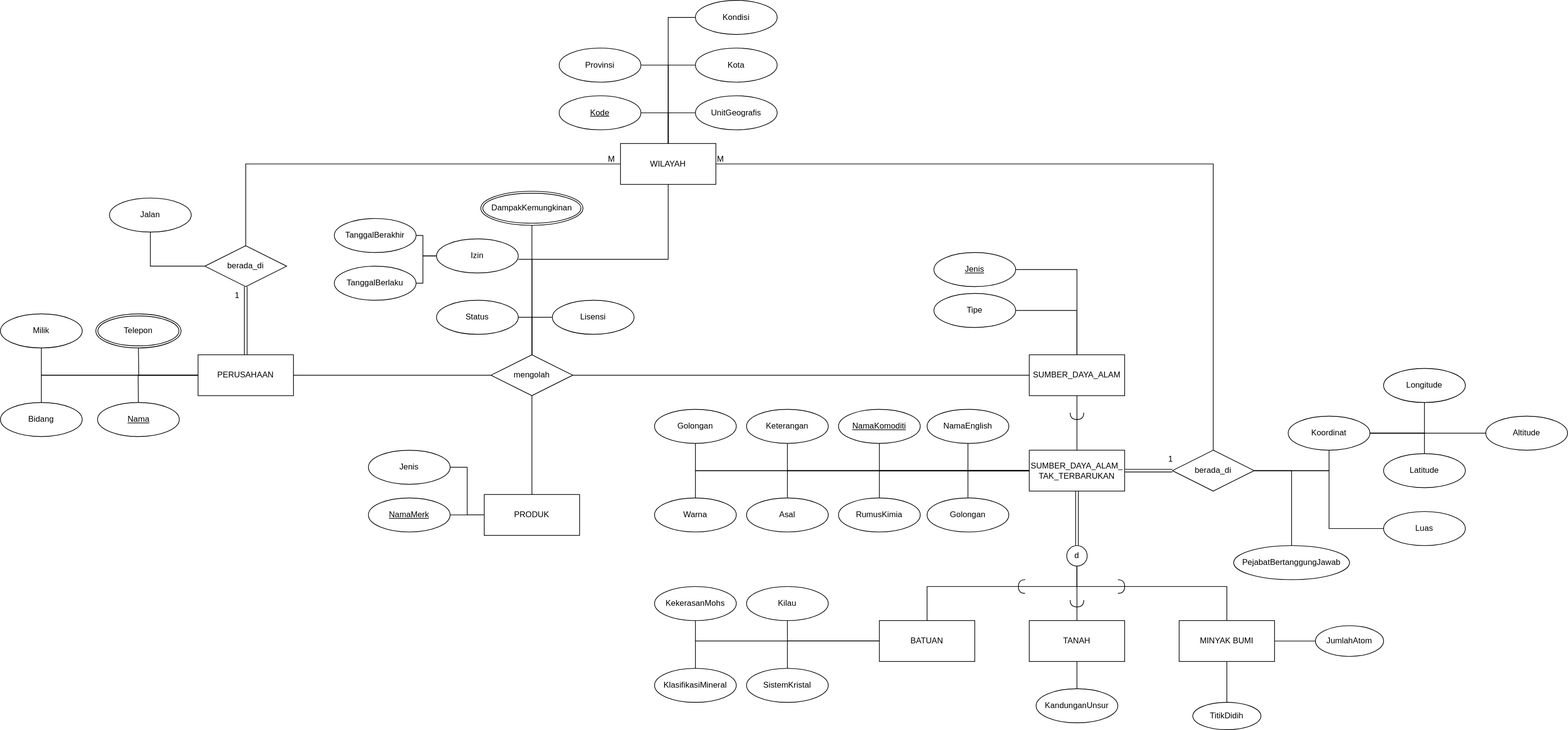
Before: Project.svg, a diagram exported from draw.io (Drithh/ER-Diagram). Source tidied: cells renumbered, new cells last; positions are measured from the earlier drawing's top-left corner, leaving out a move shared by most shapes.
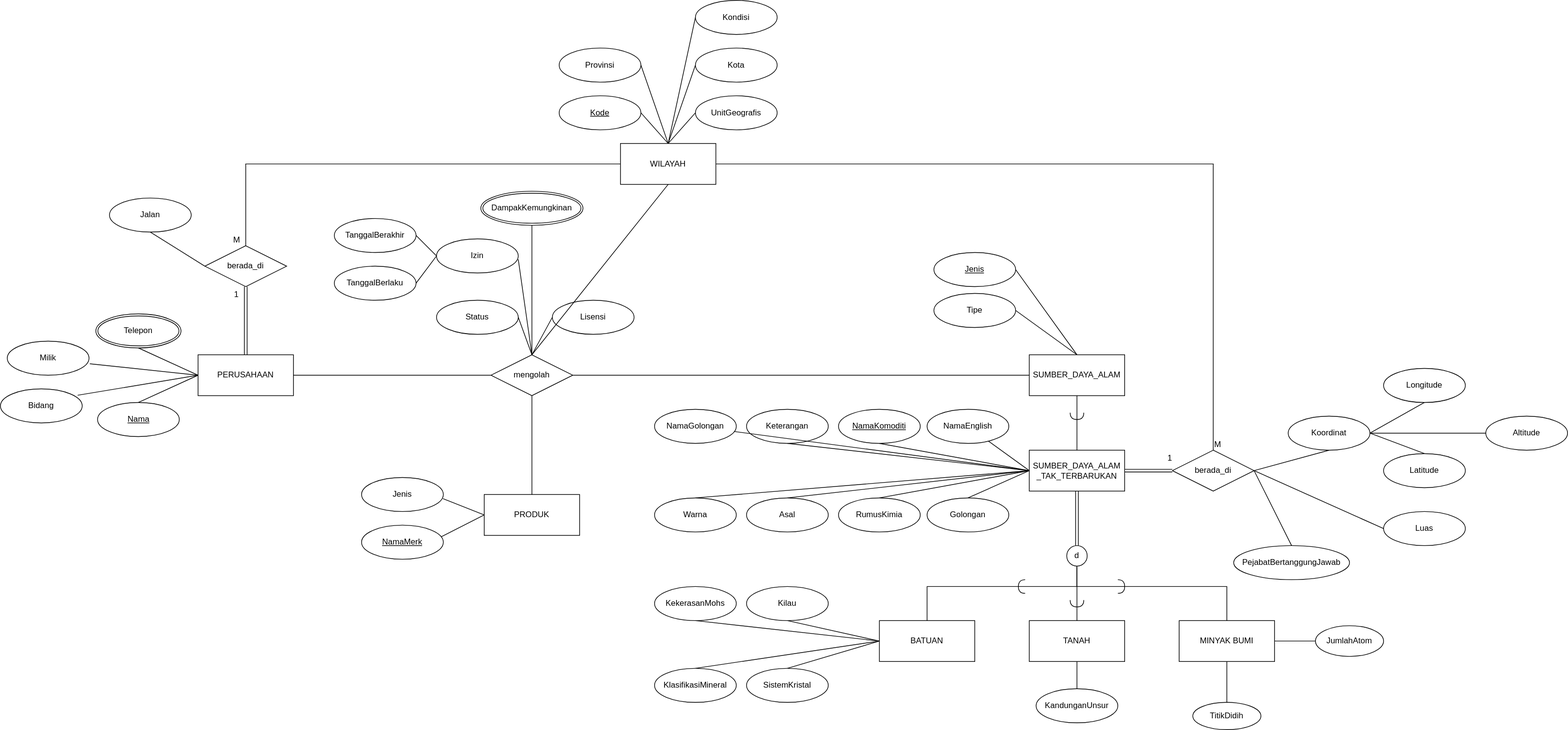
Later version of the same file.

Change to the diagram source:
```diff
@@ -10,3 +10,3 @@
     </mxCell>
-    <mxCell id="4" value="SUMBER_DAYA_ALAM_ TAK_TERBARUKAN" style="rounded=0;html=1;whiteSpace=wrap;verticalAlign=middle;" parent="1" vertex="1">
+    <mxCell id="4" value="SUMBER_DAYA_ALAM&lt;br&gt;_TAK_TERBARUKAN" style="rounded=0;html=1;whiteSpace=wrap;verticalAlign=middle;" parent="1" vertex="1">
       <mxGeometry x="1510" y="660" width="140" height="60" as="geometry" />
@@ -165,3 +165,3 @@
     <mxCell id="52" value="Milik" style="ellipse;whiteSpace=wrap;html=1;align=center;rounded=0;sketch=0;" parent="1" vertex="1">
-      <mxGeometry y="460" width="120" height="50" as="geometry" />
+      <mxGeometry x="10" y="500" width="120" height="50" as="geometry" />
     </mxCell>
@@ -171,3 +171,3 @@
     <mxCell id="54" value="Bidang" style="ellipse;whiteSpace=wrap;html=1;align=center;rounded=0;sketch=0;" parent="1" vertex="1">
-      <mxGeometry y="590" width="120" height="50" as="geometry" />
+      <mxGeometry y="570" width="120" height="50" as="geometry" />
     </mxCell>
@@ -184,3 +184,5 @@
     <mxCell id="57" value="M" style="html=1;align=left;verticalAlign=bottom;" parent="56" vertex="1">
-      <mxGeometry x="-1" relative="1" as="geometry" />
+      <mxGeometry x="-1" relative="1" as="geometry">
+        <mxPoint x="730" y="420" as="offset" />
+      </mxGeometry>
     </mxCell>
@@ -192,8 +194,3 @@
     <mxCell id="59" style="endArrow=none;html=1;rounded=0;exitX=0.5;exitY=1;exitDx=0;exitDy=0;entryX=0.5;entryY=0;entryDx=0;entryDy=0;" parent="1" edge="1" source="42" target="34">
-      <mxGeometry relative="1" as="geometry">
-        <Array as="points">
-          <mxPoint x="980" y="380" />
-          <mxPoint x="780" y="380" />
-        </Array>
-      </mxGeometry>
+      <mxGeometry relative="1" as="geometry" />
     </mxCell>
@@ -205,5 +202,2 @@
         <mxPoint x="760" y="380" as="sourcePoint" />
-        <Array as="points">
-          <mxPoint x="780" y="380" />
-        </Array>
       </mxGeometry>
@@ -211,14 +205,6 @@
     <mxCell id="62" style="endArrow=none;html=1;rounded=0;exitX=1;exitY=0.5;exitDx=0;exitDy=0;entryX=0.5;entryY=0;entryDx=0;entryDy=0;" parent="1" edge="1" source="37" target="34">
-      <mxGeometry relative="1" as="geometry">
-        <Array as="points">
-          <mxPoint x="780" y="465" />
-        </Array>
-      </mxGeometry>
+      <mxGeometry relative="1" as="geometry" />
     </mxCell>
     <mxCell id="63" style="endArrow=none;html=1;rounded=0;exitX=0;exitY=0.5;exitDx=0;exitDy=0;entryX=0.5;entryY=0;entryDx=0;entryDy=0;" parent="1" edge="1" source="36" target="34">
-      <mxGeometry relative="1" as="geometry">
-        <Array as="points">
-          <mxPoint x="780" y="465" />
-        </Array>
-      </mxGeometry>
+      <mxGeometry relative="1" as="geometry" />
     </mxCell>
@@ -234,36 +220,15 @@
     <mxCell id="67" style="endArrow=none;html=1;rounded=0;exitX=1;exitY=0.5;exitDx=0;exitDy=0;entryX=0.5;entryY=0;entryDx=0;entryDy=0;" parent="1" edge="1" source="32" target="2">
-      <mxGeometry relative="1" as="geometry">
-        <Array as="points">
-          <mxPoint x="1580" y="395" />
-        </Array>
-      </mxGeometry>
+      <mxGeometry relative="1" as="geometry" />
     </mxCell>
     <mxCell id="68" style="endArrow=none;html=1;rounded=0;exitX=1;exitY=0.5;exitDx=0;exitDy=0;entryX=0.5;entryY=0;entryDx=0;entryDy=0;" parent="1" edge="1" source="33" target="2">
-      <mxGeometry relative="1" as="geometry">
-        <Array as="points">
-          <mxPoint x="1580" y="455" />
-        </Array>
-      </mxGeometry>
+      <mxGeometry relative="1" as="geometry" />
     </mxCell>
     <mxCell id="69" style="endArrow=none;html=1;rounded=0;exitX=0.5;exitY=1;exitDx=0;exitDy=0;entryX=1;entryY=0.5;entryDx=0;entryDy=0;" parent="1" edge="1" source="21" target="20">
-      <mxGeometry relative="1" as="geometry">
-        <Array as="points">
-          <mxPoint x="1950" y="690" />
-        </Array>
-      </mxGeometry>
+      <mxGeometry relative="1" as="geometry" />
     </mxCell>
     <mxCell id="70" style="endArrow=none;html=1;rounded=0;exitX=0;exitY=0.5;exitDx=0;exitDy=0;entryX=1;entryY=0.5;entryDx=0;entryDy=0;" parent="1" edge="1" source="26" target="20">
-      <mxGeometry relative="1" as="geometry">
-        <Array as="points">
-          <mxPoint x="1950" y="775" />
-          <mxPoint x="1950" y="690" />
-        </Array>
-      </mxGeometry>
+      <mxGeometry relative="1" as="geometry" />
     </mxCell>
     <mxCell id="71" style="endArrow=none;html=1;rounded=0;exitX=1;exitY=0.5;exitDx=0;exitDy=0;entryX=0.5;entryY=0;entryDx=0;entryDy=0;" parent="1" edge="1" source="20" target="27">
-      <mxGeometry relative="1" as="geometry">
-        <Array as="points">
-          <mxPoint x="1895" y="690" />
-        </Array>
-      </mxGeometry>
+      <mxGeometry relative="1" as="geometry" />
     </mxCell>
@@ -273,91 +238,39 @@
     <mxCell id="73" style="endArrow=none;html=1;rounded=0;exitX=0.5;exitY=1;exitDx=0;exitDy=0;entryX=1;entryY=0.5;entryDx=0;entryDy=0;" parent="1" edge="1" source="23" target="21">
-      <mxGeometry relative="1" as="geometry">
-        <Array as="points">
-          <mxPoint x="2090" y="635" />
-        </Array>
-      </mxGeometry>
+      <mxGeometry relative="1" as="geometry" />
     </mxCell>
     <mxCell id="74" style="endArrow=none;html=1;rounded=0;exitX=0.5;exitY=0;exitDx=0;exitDy=0;entryX=1;entryY=0.5;entryDx=0;entryDy=0;" parent="1" edge="1" source="25" target="21">
-      <mxGeometry relative="1" as="geometry">
-        <Array as="points">
-          <mxPoint x="2090" y="635" />
-        </Array>
-      </mxGeometry>
+      <mxGeometry relative="1" as="geometry" />
     </mxCell>
     <mxCell id="75" style="endArrow=none;html=1;rounded=0;exitX=0;exitY=0.5;exitDx=0;exitDy=0;entryX=0.5;entryY=1;entryDx=0;entryDy=0;" parent="1" edge="1" source="5" target="28">
-      <mxGeometry relative="1" as="geometry">
-        <Array as="points">
-          <mxPoint x="1155" y="940" />
-        </Array>
-      </mxGeometry>
+      <mxGeometry relative="1" as="geometry" />
     </mxCell>
     <mxCell id="76" style="endArrow=none;html=1;rounded=0;exitX=0;exitY=0.5;exitDx=0;exitDy=0;entryX=0.5;entryY=0;entryDx=0;entryDy=0;" parent="1" edge="1" source="5" target="31">
-      <mxGeometry relative="1" as="geometry">
-        <Array as="points">
-          <mxPoint x="1020" y="940" />
-        </Array>
-      </mxGeometry>
+      <mxGeometry relative="1" as="geometry" />
     </mxCell>
     <mxCell id="77" style="endArrow=none;html=1;rounded=0;exitX=0.5;exitY=1;exitDx=0;exitDy=0;entryX=0;entryY=0.5;entryDx=0;entryDy=0;" parent="1" edge="1" source="29" target="5">
-      <mxGeometry relative="1" as="geometry">
-        <Array as="points">
-          <mxPoint x="1020" y="940" />
-        </Array>
-      </mxGeometry>
+      <mxGeometry relative="1" as="geometry" />
     </mxCell>
     <mxCell id="78" style="endArrow=none;html=1;rounded=0;exitX=0;exitY=0.5;exitDx=0;exitDy=0;entryX=0.5;entryY=0;entryDx=0;entryDy=0;" parent="1" edge="1" source="5" target="30">
-      <mxGeometry relative="1" as="geometry">
-        <Array as="points">
-          <mxPoint x="1155" y="940" />
-        </Array>
-      </mxGeometry>
+      <mxGeometry relative="1" as="geometry" />
     </mxCell>
     <mxCell id="79" style="endArrow=none;html=1;rounded=0;exitX=0;exitY=0.5;exitDx=0;exitDy=0;entryX=0.5;entryY=0;entryDx=0;entryDy=0;" parent="1" edge="1" source="4" target="19">
-      <mxGeometry relative="1" as="geometry">
-        <Array as="points">
-          <mxPoint x="1020" y="690" />
-        </Array>
-      </mxGeometry>
+      <mxGeometry relative="1" as="geometry" />
     </mxCell>
     <mxCell id="80" style="endArrow=none;html=1;rounded=0;exitX=0;exitY=0.5;exitDx=0;exitDy=0;entryX=0.5;entryY=0;entryDx=0;entryDy=0;" parent="1" edge="1" source="4" target="14">
-      <mxGeometry relative="1" as="geometry">
-        <Array as="points">
-          <mxPoint x="1155" y="690" />
-        </Array>
-      </mxGeometry>
+      <mxGeometry relative="1" as="geometry" />
     </mxCell>
     <mxCell id="81" style="endArrow=none;html=1;rounded=0;exitX=0;exitY=0.5;exitDx=0;exitDy=0;entryX=0.5;entryY=0;entryDx=0;entryDy=0;" parent="1" edge="1" source="4" target="18">
-      <mxGeometry relative="1" as="geometry">
-        <Array as="points">
-          <mxPoint x="1290" y="690" />
-        </Array>
-      </mxGeometry>
+      <mxGeometry relative="1" as="geometry" />
     </mxCell>
     <mxCell id="82" style="endArrow=none;html=1;rounded=0;exitX=0;exitY=0.5;exitDx=0;exitDy=0;entryX=0.5;entryY=0;entryDx=0;entryDy=0;" parent="1" edge="1" source="4" target="17">
-      <mxGeometry relative="1" as="geometry">
-        <Array as="points">
-          <mxPoint x="1420" y="690" />
-        </Array>
-      </mxGeometry>
+      <mxGeometry relative="1" as="geometry" />
     </mxCell>
     <mxCell id="83" style="endArrow=none;html=1;rounded=0;exitX=0;exitY=0.5;exitDx=0;exitDy=0;entryX=0.5;entryY=1;entryDx=0;entryDy=0;" parent="1" edge="1" source="4" target="12">
-      <mxGeometry relative="1" as="geometry">
-        <Array as="points">
-          <mxPoint x="1155" y="690" />
-        </Array>
-      </mxGeometry>
+      <mxGeometry relative="1" as="geometry" />
     </mxCell>
     <mxCell id="84" style="endArrow=none;html=1;rounded=0;exitX=0;exitY=0.5;exitDx=0;exitDy=0;entryX=0.5;entryY=1;entryDx=0;entryDy=0;" parent="1" edge="1" source="4" target="22">
-      <mxGeometry relative="1" as="geometry">
-        <Array as="points">
-          <mxPoint x="1290" y="690" />
-        </Array>
-      </mxGeometry>
+      <mxGeometry relative="1" as="geometry" />
     </mxCell>
     <mxCell id="85" style="endArrow=none;html=1;rounded=0;exitX=0;exitY=0.5;exitDx=0;exitDy=0;" parent="1" edge="1" source="4" target="16">
-      <mxGeometry relative="1" as="geometry">
-        <Array as="points">
-          <mxPoint x="1420" y="690" />
-        </Array>
-      </mxGeometry>
+      <mxGeometry relative="1" as="geometry" />
     </mxCell>
@@ -367,79 +280,33 @@
     <mxCell id="87" style="endArrow=none;html=1;rounded=0;entryX=1;entryY=0.5;entryDx=0;entryDy=0;exitX=0.5;exitY=0;exitDx=0;exitDy=0;" parent="1" edge="1" source="42" target="47">
-      <mxGeometry relative="1" as="geometry">
-        <Array as="points">
-          <mxPoint x="980" y="95" />
-        </Array>
-      </mxGeometry>
+      <mxGeometry relative="1" as="geometry" />
     </mxCell>
     <mxCell id="88" style="endArrow=none;html=1;rounded=0;entryX=1;entryY=0.5;entryDx=0;entryDy=0;exitX=0.5;exitY=0;exitDx=0;exitDy=0;" parent="1" edge="1" source="42" target="44">
-      <mxGeometry relative="1" as="geometry">
-        <Array as="points">
-          <mxPoint x="980" y="165" />
-        </Array>
-      </mxGeometry>
+      <mxGeometry relative="1" as="geometry" />
     </mxCell>
     <mxCell id="89" style="endArrow=none;html=1;rounded=0;entryX=0;entryY=0.5;entryDx=0;entryDy=0;exitX=0.5;exitY=0;exitDx=0;exitDy=0;" parent="1" edge="1" source="42" target="45">
-      <mxGeometry relative="1" as="geometry">
-        <Array as="points">
-          <mxPoint x="980" y="95" />
-        </Array>
-      </mxGeometry>
+      <mxGeometry relative="1" as="geometry" />
     </mxCell>
     <mxCell id="90" style="endArrow=none;html=1;rounded=0;entryX=0;entryY=0.5;entryDx=0;entryDy=0;exitX=0.5;exitY=0;exitDx=0;exitDy=0;" parent="1" edge="1" source="42" target="43">
-      <mxGeometry relative="1" as="geometry">
-        <Array as="points">
-          <mxPoint x="980" y="165" />
-        </Array>
-      </mxGeometry>
+      <mxGeometry relative="1" as="geometry" />
     </mxCell>
     <mxCell id="91" style="endArrow=none;html=1;rounded=0;entryX=0;entryY=0.5;entryDx=0;entryDy=0;exitX=0.5;exitY=0;exitDx=0;exitDy=0;" parent="1" edge="1" source="42" target="46">
-      <mxGeometry relative="1" as="geometry">
-        <Array as="points">
-          <mxPoint x="980" y="25" />
-        </Array>
-      </mxGeometry>
+      <mxGeometry relative="1" as="geometry" />
     </mxCell>
-    <mxCell id="92" style="endArrow=none;html=1;rounded=0;exitX=0.5;exitY=0;exitDx=0;exitDy=0;entryX=0;entryY=0.5;entryDx=0;entryDy=0;" parent="1" edge="1" source="54" target="49">
-      <mxGeometry relative="1" as="geometry">
-        <Array as="points">
-          <mxPoint x="60" y="550" />
-        </Array>
-      </mxGeometry>
+    <mxCell id="92" style="endArrow=none;html=1;rounded=0;exitX=0.944;exitY=0.188;exitDx=0;exitDy=0;entryX=0;entryY=0.5;entryDx=0;entryDy=0;exitPerimeter=0;" parent="1" edge="1" source="54" target="49">
+      <mxGeometry relative="1" as="geometry" />
     </mxCell>
     <mxCell id="93" style="endArrow=none;html=1;rounded=0;exitX=0.5;exitY=0;exitDx=0;exitDy=0;entryX=0;entryY=0.5;entryDx=0;entryDy=0;" parent="1" edge="1" source="55" target="49">
-      <mxGeometry relative="1" as="geometry">
-        <Array as="points">
-          <mxPoint x="202" y="550" />
-        </Array>
-      </mxGeometry>
+      <mxGeometry relative="1" as="geometry" />
     </mxCell>
-    <mxCell id="94" style="endArrow=none;html=1;rounded=0;exitX=0.5;exitY=1;exitDx=0;exitDy=0;entryX=0;entryY=0.5;entryDx=0;entryDy=0;" parent="1" edge="1" source="52" target="49">
-      <mxGeometry relative="1" as="geometry">
-        <Array as="points">
-          <mxPoint x="60" y="550" />
-        </Array>
-      </mxGeometry>
+    <mxCell id="94" style="endArrow=none;html=1;rounded=0;exitX=1.01;exitY=0.664;exitDx=0;exitDy=0;entryX=0;entryY=0.5;entryDx=0;entryDy=0;exitPerimeter=0;" parent="1" edge="1" source="52" target="49">
+      <mxGeometry relative="1" as="geometry" />
     </mxCell>
     <mxCell id="95" style="endArrow=none;html=1;rounded=0;exitX=0.5;exitY=1;exitDx=0;exitDy=0;entryX=0;entryY=0.5;entryDx=0;entryDy=0;" parent="1" edge="1" source="53" target="49">
-      <mxGeometry relative="1" as="geometry">
-        <Array as="points">
-          <mxPoint x="203" y="550" />
-        </Array>
-      </mxGeometry>
+      <mxGeometry relative="1" as="geometry" />
     </mxCell>
     <mxCell id="96" style="endArrow=none;html=1;rounded=0;exitX=1;exitY=0.5;exitDx=0;exitDy=0;entryX=0;entryY=0.5;entryDx=0;entryDy=0;" parent="1" edge="1" source="39" target="38">
-      <mxGeometry relative="1" as="geometry">
-        <Array as="points">
-          <mxPoint x="620" y="345" />
-          <mxPoint x="620" y="375" />
-        </Array>
-      </mxGeometry>
+      <mxGeometry relative="1" as="geometry" />
     </mxCell>
     <mxCell id="97" style="endArrow=none;html=1;rounded=0;exitX=1;exitY=0.5;exitDx=0;exitDy=0;entryX=0;entryY=0.5;entryDx=0;entryDy=0;" parent="1" edge="1" source="40" target="38">
-      <mxGeometry relative="1" as="geometry">
-        <Array as="points">
-          <mxPoint x="620" y="415" />
-          <mxPoint x="620" y="375" />
-        </Array>
-      </mxGeometry>
+      <mxGeometry relative="1" as="geometry" />
     </mxCell>
@@ -454,3 +321,3 @@
       <mxGeometry x="-1" relative="1" as="geometry">
-        <mxPoint x="-20" as="offset" />
+        <mxPoint x="-570" y="120" as="offset" />
       </mxGeometry>
@@ -463,7 +330,3 @@
     <mxCell id="101" style="endArrow=none;html=1;rounded=0;exitX=0;exitY=0.5;exitDx=0;exitDy=0;entryX=0.5;entryY=1;entryDx=0;entryDy=0;" parent="1" edge="1" source="50" target="51">
-      <mxGeometry relative="1" as="geometry">
-        <Array as="points">
-          <mxPoint x="220" y="390" />
-        </Array>
-      </mxGeometry>
+      <mxGeometry relative="1" as="geometry" />
     </mxCell>
@@ -481,3 +344,3 @@
     </mxCell>
-    <mxCell id="106" style="edgeStyle=orthogonalEdgeStyle;rounded=0;jettySize=auto;html=1;entryX=0;entryY=0.5;entryDx=0;entryDy=0;endArrow=none;endFill=0;" parent="1" edge="1" source="107" target="35">
+    <mxCell id="106" style="rounded=0;jettySize=auto;html=1;entryX=0;entryY=0.5;entryDx=0;entryDy=0;endArrow=none;endFill=0;exitX=0.967;exitY=0.351;exitDx=0;exitDy=0;exitPerimeter=0;" parent="1" edge="1" source="107" target="35">
       <mxGeometry relative="1" as="geometry" />
@@ -485,3 +348,3 @@
     <mxCell id="107" value="NamaMerk" style="ellipse;whiteSpace=wrap;html=1;align=center;rounded=0;sketch=0;fontStyle=4;" parent="1" vertex="1">
-      <mxGeometry x="540" y="730" width="120" height="50" as="geometry" />
+      <mxGeometry x="530" y="770" width="120" height="50" as="geometry" />
     </mxCell>
@@ -502,3 +365,3 @@
     </mxCell>
-    <mxCell id="113" style="edgeStyle=orthogonalEdgeStyle;rounded=0;jettySize=auto;html=1;entryX=0;entryY=0.5;entryDx=0;entryDy=0;endArrow=none;endFill=0;" parent="1" edge="1" source="114" target="35">
+    <mxCell id="113" style="rounded=0;jettySize=auto;html=1;entryX=0;entryY=0.5;entryDx=0;entryDy=0;endArrow=none;endFill=0;exitX=0.995;exitY=0.62;exitDx=0;exitDy=0;exitPerimeter=0;" parent="1" edge="1" source="114" target="35">
       <mxGeometry relative="1" as="geometry" />
@@ -506,12 +369,8 @@
     <mxCell id="114" value="Jenis" style="ellipse;whiteSpace=wrap;html=1;align=center;rounded=0;sketch=0;" parent="1" vertex="1">
-      <mxGeometry x="540" y="660" width="120" height="50" as="geometry" />
+      <mxGeometry x="530" y="700" width="120" height="50" as="geometry" />
     </mxCell>
-    <mxCell id="115" style="edgeStyle=orthogonalEdgeStyle;rounded=0;jettySize=auto;html=1;entryX=0;entryY=0.5;entryDx=0;entryDy=0;endArrow=none;endFill=0;" parent="1" edge="1" source="116" target="4">
-      <mxGeometry relative="1" as="geometry">
-        <Array as="points">
-          <mxPoint x="1020" y="690" />
-        </Array>
-      </mxGeometry>
+    <mxCell id="115" style="rounded=0;jettySize=auto;html=1;entryX=0;entryY=0.5;entryDx=0;entryDy=0;endArrow=none;endFill=0;" parent="1" edge="1" source="116" target="4">
+      <mxGeometry relative="1" as="geometry" />
     </mxCell>
-    <mxCell id="116" value="Golongan" style="ellipse;whiteSpace=wrap;html=1;align=center;rounded=0;sketch=0;" parent="1" vertex="1">
+    <mxCell id="116" value="NamaGolongan" style="ellipse;whiteSpace=wrap;html=1;align=center;rounded=0;sketch=0;" parent="1" vertex="1">
       <mxGeometry x="960" y="600" width="120" height="50" as="geometry" />
```
